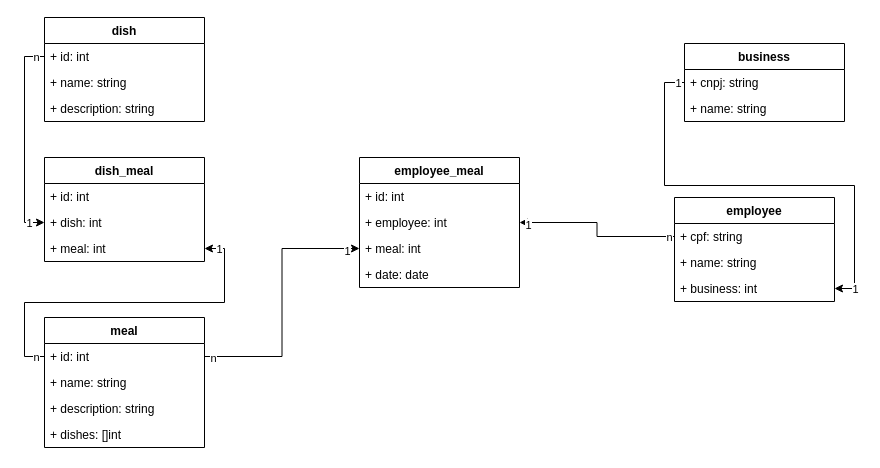
This is diagrams/uml/entity.drawio from garfada/garfada-documentation, a draw.io file, before an edit. Source tidied: cells renumbered, new cells numbered last; positions are measured from the earlier drawing's top-left corner, leaving out a move shared by most shapes. Both pictures are drawn from the tidied source at 100%, with x=0, y=0 at pixel (44, 17).
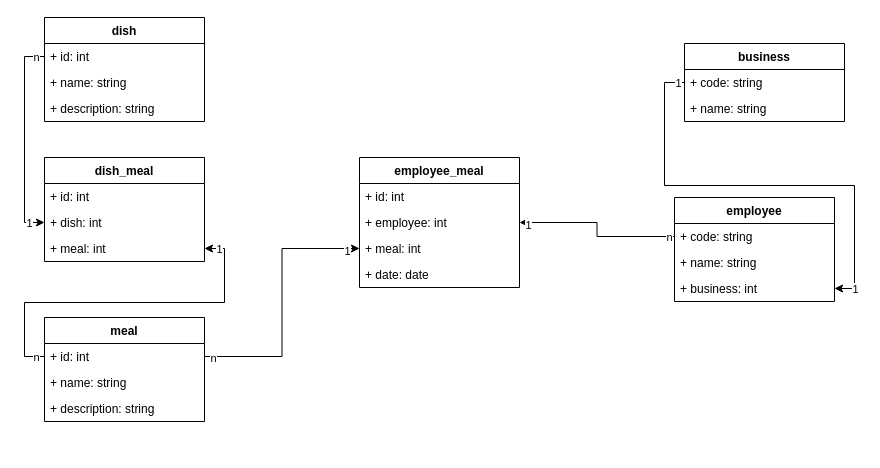
After the change.

Commit message (it also covers changes not shown here):
fix wrong models on OpenAPI, sync diagrams and contract, and add new route to serve a meal to a employee

Unchanged cells that the change refers to:
```xml
<mxCell id="2" value="business" style="swimlane;fontStyle=1;align=center;verticalAlign=top;horizontal=1;startSize=26;" parent="1" vertex="1">
  <mxGeometry x="640" y="26" width="160" height="78" as="geometry" />
</mxCell>
<mxCell id="5" value="employee" style="swimlane;fontStyle=1;align=center;verticalAlign=top;horizontal=1;startSize=26;" parent="1" vertex="1">
  <mxGeometry x="630" y="180" width="160" height="104" as="geometry" />
</mxCell>
```

What changed in the source:
```diff
@@
-    <mxCell id="3" value="+ cnpj: string" style="text;strokeColor=none;fillColor=none;align=left;verticalAlign=top;spacingLeft=4;spacingRight=4;overflow=hidden;points=[[0,0.5],[1,0.5]];portConstraint=eastwest;" parent="2" vertex="1">
+    <mxCell id="3" value="+ code: string" style="text;strokeColor=none;fillColor=none;align=left;verticalAlign=top;spacingLeft=4;spacingRight=4;overflow=hidden;points=[[0,0.5],[1,0.5]];portConstraint=eastwest;" parent="2" vertex="1">
       <mxGeometry y="26" width="160" height="26" as="geometry" />
     </mxCell>
@@
-    <mxCell id="6" value="+ cpf: string" style="text;strokeColor=none;fillColor=none;align=left;verticalAlign=top;spacingLeft=4;spacingRight=4;overflow=hidden;points=[[0,0.5],[1,0.5]];portConstraint=eastwest;" parent="5" vertex="1">
+    <mxCell id="6" value="+ code: string" style="text;strokeColor=none;fillColor=none;align=left;verticalAlign=top;spacingLeft=4;spacingRight=4;overflow=hidden;points=[[0,0.5],[1,0.5]];portConstraint=eastwest;" parent="5" vertex="1">
       <mxGeometry y="26" width="160" height="26" as="geometry" />
     </mxCell>
@@
     <mxCell id="13" value="meal" style="swimlane;fontStyle=1;align=center;verticalAlign=top;horizontal=1;startSize=26;" parent="1" vertex="1">
-      <mxGeometry y="300" width="160" height="130" as="geometry" />
+      <mxGeometry y="300" width="160" height="104" as="geometry" />
     </mxCell>
@@
-    <mxCell id="17" value="+ dishes: []int" style="text;strokeColor=none;fillColor=none;align=left;verticalAlign=top;spacingLeft=4;spacingRight=4;overflow=hidden;" parent="13" vertex="1">
-      <mxGeometry y="104" width="160" height="26" as="geometry" />
-    </mxCell>
```
